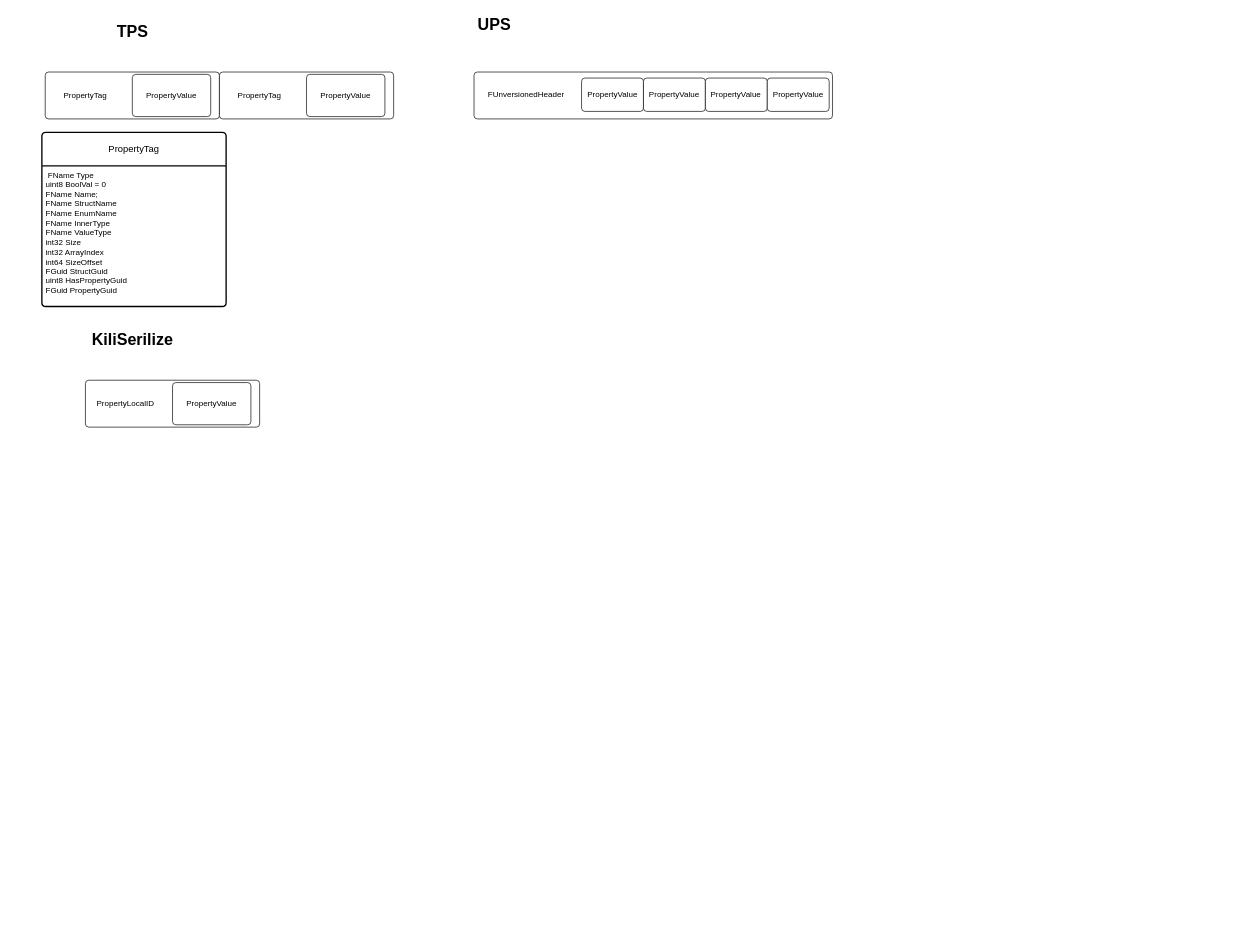
linking314/hello-world keeps this draw.io diagram as UGCSerialize.drawio. Above is the earlier version. Source tidied: cells renumbered, new cells numbered last; positions are measured from the earlier drawing's top-left corner, leaving out a move shared by most shapes. Both pictures are drawn from the tidied source at 67%, with x=0, y=0 at pixel (42, 11).
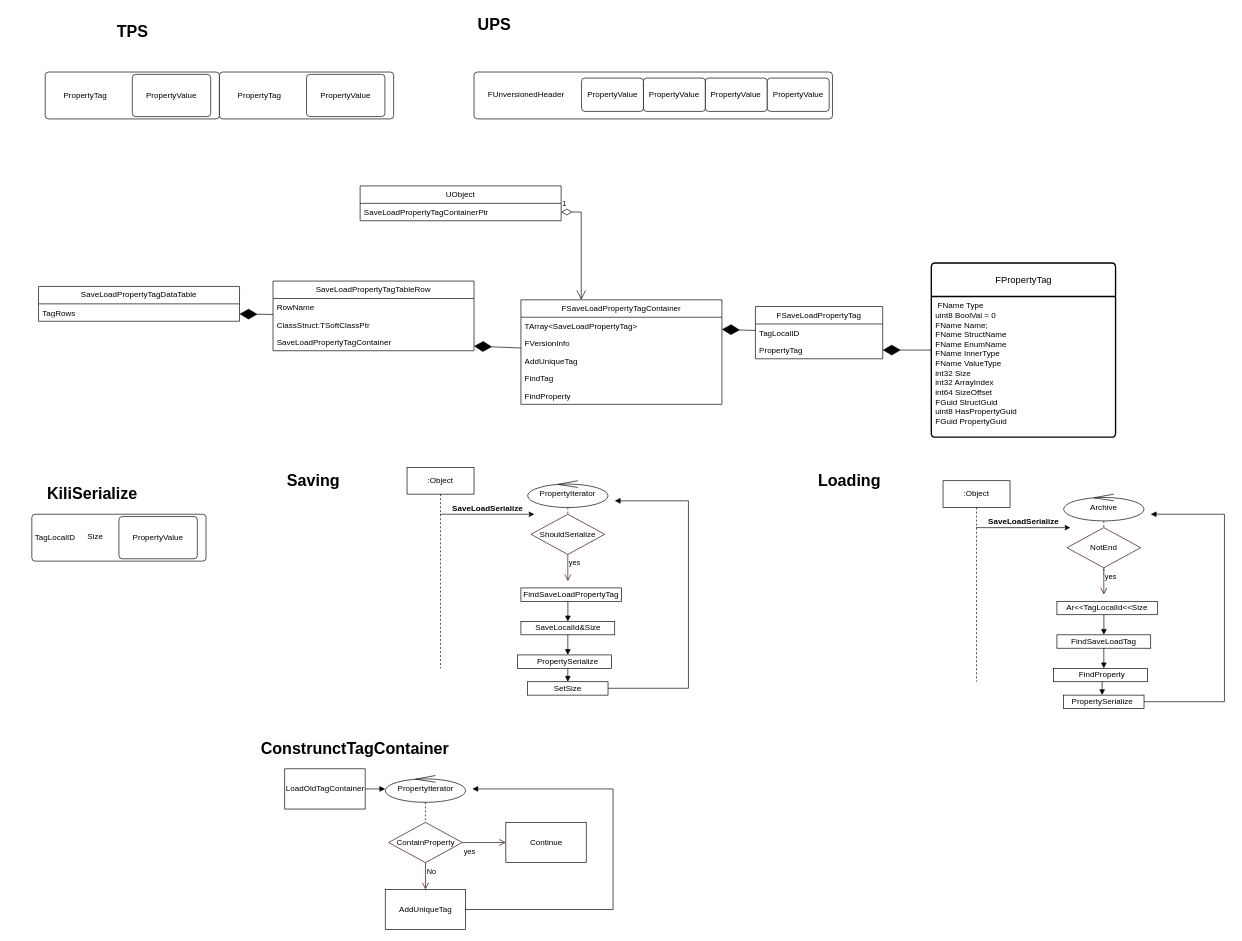
The same diagram, later.

Change to the diagram source:
```diff
@@
+    <mxCell id="22" style="rounded=0;whiteSpace=wrap;html=1;" parent="1" vertex="1">
+      <mxGeometry x="710" y="960" width="140" height="20" as="geometry" />
+    </mxCell>
+    <mxCell id="23" style="rounded=0;whiteSpace=wrap;html=1;" parent="1" vertex="1">
+      <mxGeometry x="715" y="910" width="140" height="20" as="geometry" />
+    </mxCell>
@@
-    <mxCell id="16" value="KiliSerilize" style="text;strokeColor=none;fillColor=none;html=1;fontSize=24;fontStyle=1;verticalAlign=middle;align=center;" parent="1" vertex="1">
-      <mxGeometry x="15" y="470" width="240" height="40" as="geometry" />
+    <mxCell id="16" value="KiliSerialize" style="text;strokeColor=none;fillColor=none;html=1;fontSize=24;fontStyle=1;verticalAlign=middle;align=center;" parent="1" vertex="1">
+      <mxGeometry x="-45" y="700" width="240" height="40" as="geometry" />
     </mxCell>
     <mxCell id="17" style="rounded=1;absoluteArcSize=1;html=1;arcSize=10;" parent="1" vertex="1">
-      <mxGeometry x="65" y="550" width="260" height="70" as="geometry" />
+      <mxGeometry x="-15" y="750" width="260" height="70" as="geometry" />
     </mxCell>
-    <mxCell id="18" value="PropertyLocalID" style="html=1;shape=mxgraph.er.anchor;whiteSpace=wrap;" parent="17" vertex="1">
-      <mxGeometry width="120" height="70" as="geometry" />
+    <mxCell id="18" value="TagLocalID" style="html=1;shape=mxgraph.er.anchor;whiteSpace=wrap;" parent="17" vertex="1">
+      <mxGeometry width="70" height="70" as="geometry" />
     </mxCell>
@@
+    <mxCell id="24" value="Size" style="html=1;shape=mxgraph.er.anchor;whiteSpace=wrap;" parent="17" vertex="1">
+      <mxGeometry x="60" width="70" height="66.5" as="geometry" />
+    </mxCell>
-    <mxCell id="20" value="PropertyTag" style="swimlane;horizontal=1;startSize=50;rounded=1;fontSize=14;fontStyle=0;strokeWidth=2;shadow=0;dashed=0;align=center;arcSize=4;whiteSpace=wrap;html=1;" parent="1" vertex="1">
-      <mxGeometry y="180" width="275" height="260" as="geometry" />
+    <mxCell id="20" value="FPropertyTag" style="swimlane;horizontal=1;startSize=50;rounded=1;fontSize=14;fontStyle=0;strokeWidth=2;shadow=0;dashed=0;align=center;arcSize=4;whiteSpace=wrap;html=1;" parent="1" vertex="1">
+      <mxGeometry x="1327.5" y="375" width="275" height="260" as="geometry" />
     </mxCell>
@@
+    <mxCell id="25" value="FSaveLoadPropertyTagContainer" style="swimlane;fontStyle=0;horizontal=1;startSize=26;fillColor=none;whiteSpace=wrap;html=1;" parent="1" vertex="1">
+      <mxGeometry x="715" y="430" width="300" height="156" as="geometry" />
+    </mxCell>
+    <mxCell id="26" value="TArray&amp;lt;SaveLoadPropertyTag&amp;gt;" style="text;strokeColor=none;fillColor=none;align=left;verticalAlign=top;spacingLeft=4;spacingRight=4;overflow=hidden;points=[[0,0.5],[1,0.5]];portConstraint=eastwest;whiteSpace=wrap;html=1;" parent="25" vertex="1">
+      <mxGeometry y="26" width="300" height="26" as="geometry" />
+    </mxCell>
+    <mxCell id="27" value="FVersionInfo" style="text;strokeColor=none;fillColor=none;align=left;verticalAlign=top;spacingLeft=4;spacingRight=4;overflow=hidden;whiteSpace=wrap;html=1;" parent="25" vertex="1">
+      <mxGeometry y="52" width="300" height="26" as="geometry" />
+    </mxCell>
+    <mxCell id="28" value="AddUniqueTag" style="text;strokeColor=none;fillColor=none;align=left;verticalAlign=top;spacingLeft=4;spacingRight=4;overflow=hidden;whiteSpace=wrap;html=1;" parent="25" vertex="1">
+      <mxGeometry y="78" width="300" height="26" as="geometry" />
+    </mxCell>
+    <mxCell id="29" value="FindTag" style="text;strokeColor=none;fillColor=none;align=left;verticalAlign=top;spacingLeft=4;spacingRight=4;overflow=hidden;whiteSpace=wrap;html=1;" parent="25" vertex="1">
+      <mxGeometry y="104" width="300" height="26" as="geometry" />
+    </mxCell>
+    <mxCell id="30" value="FindProperty" style="text;strokeColor=none;fillColor=none;align=left;verticalAlign=top;spacingLeft=4;spacingRight=4;overflow=hidden;whiteSpace=wrap;html=1;" parent="25" vertex="1">
+      <mxGeometry y="130" width="300" height="26" as="geometry" />
+    </mxCell>
+    <mxCell id="31" value="FSaveLoadPropertyTag" style="swimlane;fontStyle=0;horizontal=1;startSize=26;fillColor=none;whiteSpace=wrap;html=1;" parent="1" vertex="1">
+      <mxGeometry x="1065" y="440" width="190" height="78" as="geometry" />
+    </mxCell>
+    <mxCell id="32" value="TagLocalID" style="text;strokeColor=none;fillColor=none;align=left;verticalAlign=top;spacingLeft=4;spacingRight=4;overflow=hidden;whiteSpace=wrap;html=1;" parent="31" vertex="1">
+      <mxGeometry y="26" width="190" height="26" as="geometry" />
+    </mxCell>
+    <mxCell id="33" value="PropertyTag" style="text;strokeColor=none;fillColor=none;align=left;verticalAlign=top;spacingLeft=4;spacingRight=4;overflow=hidden;points=[[0,0.5],[1,0.5]];portConstraint=eastwest;whiteSpace=wrap;html=1;" parent="31" vertex="1">
+      <mxGeometry y="52" width="190" height="26" as="geometry" />
+    </mxCell>
+    <mxCell id="34" style="endArrow=diamondThin;endFill=1;endSize=24;html=1;rounded=0;entryX=1;entryY=0.5;entryDx=0;entryDy=0;" parent="1" edge="1" source="20" target="33">
+      <mxGeometry relative="1" as="geometry" />
+    </mxCell>
+    <mxCell id="35" style="endArrow=diamondThin;endFill=1;endSize=24;html=1;rounded=0;" parent="1" edge="1" source="31" target="26">
+      <mxGeometry relative="1" as="geometry" />
+    </mxCell>
+    <mxCell id="36" value="Saving" style="text;strokeColor=none;fillColor=none;html=1;fontSize=24;fontStyle=1;verticalAlign=middle;align=center;" parent="1" vertex="1">
+      <mxGeometry x="285" y="680" width="240" height="40" as="geometry" />
+    </mxCell>
+    <mxCell id="37" value="Loading" style="text;strokeColor=none;fillColor=none;html=1;fontSize=24;fontStyle=1;verticalAlign=middle;align=center;" parent="1" vertex="1">
+      <mxGeometry x="1085" y="680" width="240" height="40" as="geometry" />
+    </mxCell>
+    <mxCell id="38" style="edgeStyle=elbowEdgeStyle;rounded=0;jettySize=auto;html=1;elbow=vertical;curved=0;" parent="1" edge="1" source="39">
+      <mxGeometry relative="1" as="geometry">
+        <mxPoint x="735" y="750" as="targetPoint" />
+      </mxGeometry>
+    </mxCell>
+    <mxCell id="39" value=":Object" style="shape=umlLifeline;perimeter=lifelinePerimeter;whiteSpace=wrap;html=1;outlineConnect=0;portConstraint=eastwest;newEdgeStyle={&quot;edgeStyle&quot;:&quot;elbowEdgeStyle&quot;,&quot;elbow&quot;:&quot;vertical&quot;,&quot;curved&quot;:0,&quot;rounded&quot;:0};" parent="1" vertex="1">
+      <mxGeometry x="545" y="680" width="100" height="300" as="geometry" />
+    </mxCell>
+    <mxCell id="40" value="SaveLoadSerialize" style="text;align=center;fontStyle=1;verticalAlign=middle;spacingLeft=3;spacingRight=3;strokeColor=none;html=1;" parent="1" vertex="1">
+      <mxGeometry x="625" y="728" width="80" height="26" as="geometry" />
+    </mxCell>
+    <mxCell id="41" value="PropertyIterator" style="shape=umlLifeline;perimeter=lifelinePerimeter;whiteSpace=wrap;html=1;newEdgeStyle={&quot;edgeStyle&quot;:&quot;elbowEdgeStyle&quot;,&quot;elbow&quot;:&quot;vertical&quot;,&quot;curved&quot;:0,&quot;rounded&quot;:0};participant=umlControl;" parent="1" vertex="1">
+      <mxGeometry x="725" y="700" width="120" height="110" as="geometry" />
+    </mxCell>
+    <mxCell id="42" value="ShouldSerialize" style="rhombus;whiteSpace=wrap;html=1;fontColor=#000000;fillColor=#FFFFFF;strokeColor=#33001A;" parent="1" vertex="1">
+      <mxGeometry x="730" y="750" width="110" height="60" as="geometry" />
+    </mxCell>
+    <mxCell id="43" value="yes" style="edgeStyle=orthogonalEdgeStyle;html=1;align=left;verticalAlign=top;endArrow=open;endSize=8;strokeColor=#33001A;rounded=0;exitX=0.5;exitY=1;exitDx=0;exitDy=0;" parent="1" edge="1" source="42">
+      <mxGeometry x="-1" relative="1" as="geometry">
+        <mxPoint x="785" y="850" as="targetPoint" />
+      </mxGeometry>
+    </mxCell>
+    <mxCell id="44" value="SaveLocalId&amp;amp;Size" style="text;html=1;strokeColor=none;fillColor=none;align=center;verticalAlign=middle;whiteSpace=wrap;rounded=0;" parent="1" vertex="1">
+      <mxGeometry x="717.5" y="910" width="135" height="20" as="geometry" />
+    </mxCell>
+    <mxCell id="45" value="PropertySerialize" style="text;html=1;strokeColor=none;fillColor=none;align=center;verticalAlign=middle;whiteSpace=wrap;rounded=0;" parent="1" vertex="1">
+      <mxGeometry x="715" y="960" width="140" height="20" as="geometry" />
+    </mxCell>
+    <mxCell id="46" style="endArrow=block;endFill=1;html=1;edgeStyle=orthogonalEdgeStyle;align=left;verticalAlign=top;rounded=0;exitX=0.462;exitY=0.25;exitDx=0;exitDy=0;exitPerimeter=0;" parent="1" edge="1" source="50" target="44">
+      <mxGeometry x="-1" relative="1" as="geometry" />
+    </mxCell>
+    <mxCell id="47" style="endArrow=block;endFill=1;html=1;edgeStyle=orthogonalEdgeStyle;align=left;verticalAlign=top;rounded=0;" parent="1" edge="1">
+      <mxGeometry x="-1" relative="1" as="geometry">
+        <mxPoint x="845" y="1009.8" as="sourcePoint" />
+        <mxPoint x="855" y="730" as="targetPoint" />
+        <Array as="points">
+          <mxPoint x="965" y="1010" />
+        </Array>
+      </mxGeometry>
+    </mxCell>
+    <mxCell id="48" style="endArrow=block;endFill=1;html=1;edgeStyle=orthogonalEdgeStyle;align=left;verticalAlign=top;rounded=0;" parent="1" edge="1" target="22">
+      <mxGeometry x="-1" relative="1" as="geometry">
+        <mxPoint x="785" y="930" as="sourcePoint" />
+        <Array as="points">
+          <mxPoint x="785" y="950" />
+          <mxPoint x="785" y="950" />
+        </Array>
+      </mxGeometry>
+    </mxCell>
+    <mxCell id="49" style="rounded=0;whiteSpace=wrap;html=1;" parent="1" vertex="1">
+      <mxGeometry x="715" y="860" width="150" height="20" as="geometry" />
+    </mxCell>
+    <mxCell id="50" value="FindSaveLoadPropertyTag" style="text;html=1;strokeColor=none;fillColor=none;align=center;verticalAlign=middle;whiteSpace=wrap;rounded=0;" parent="1" vertex="1">
+      <mxGeometry x="725" y="850" width="130" height="40" as="geometry" />
+    </mxCell>
+    <mxCell id="51" style="rounded=0;whiteSpace=wrap;html=1;" parent="1" vertex="1">
+      <mxGeometry x="725" y="1000" width="120" height="20" as="geometry" />
+    </mxCell>
+    <mxCell id="52" value="SetSize" style="text;html=1;strokeColor=none;fillColor=none;align=center;verticalAlign=middle;whiteSpace=wrap;rounded=0;" parent="1" vertex="1">
+      <mxGeometry x="755" y="1000" width="60" height="20" as="geometry" />
+    </mxCell>
+    <mxCell id="53" style="rounded=0;whiteSpace=wrap;html=1;" parent="1" vertex="1">
+      <mxGeometry x="1510" y="980" width="140" height="20" as="geometry" />
+    </mxCell>
+    <mxCell id="54" style="rounded=0;whiteSpace=wrap;html=1;" parent="1" vertex="1">
+      <mxGeometry x="1515" y="930" width="140" height="20" as="geometry" />
+    </mxCell>
+    <mxCell id="55" style="edgeStyle=elbowEdgeStyle;rounded=0;jettySize=auto;html=1;elbow=vertical;curved=0;" parent="1" edge="1" source="56">
+      <mxGeometry relative="1" as="geometry">
+        <mxPoint x="1535" y="770" as="targetPoint" />
+      </mxGeometry>
+    </mxCell>
+    <mxCell id="56" value=":Object" style="shape=umlLifeline;perimeter=lifelinePerimeter;whiteSpace=wrap;html=1;outlineConnect=0;portConstraint=eastwest;newEdgeStyle={&quot;edgeStyle&quot;:&quot;elbowEdgeStyle&quot;,&quot;elbow&quot;:&quot;vertical&quot;,&quot;curved&quot;:0,&quot;rounded&quot;:0};" parent="1" vertex="1">
+      <mxGeometry x="1345" y="700" width="100" height="300" as="geometry" />
+    </mxCell>
+    <mxCell id="57" value="SaveLoadSerialize" style="text;align=center;fontStyle=1;verticalAlign=middle;spacingLeft=3;spacingRight=3;strokeColor=none;html=1;" parent="1" vertex="1">
+      <mxGeometry x="1425" y="748" width="80" height="26" as="geometry" />
+    </mxCell>
+    <mxCell id="58" value="Archive" style="shape=umlLifeline;perimeter=lifelinePerimeter;whiteSpace=wrap;html=1;newEdgeStyle={&quot;edgeStyle&quot;:&quot;elbowEdgeStyle&quot;,&quot;elbow&quot;:&quot;vertical&quot;,&quot;curved&quot;:0,&quot;rounded&quot;:0};participant=umlControl;" parent="1" vertex="1">
+      <mxGeometry x="1525" y="720" width="120" height="120" as="geometry" />
+    </mxCell>
+    <mxCell id="59" value="NotEnd" style="rhombus;whiteSpace=wrap;html=1;fontColor=#000000;fillColor=#FFFFFF;strokeColor=#33001A;" parent="1" vertex="1">
+      <mxGeometry x="1530" y="770" width="110" height="60" as="geometry" />
+    </mxCell>
+    <mxCell id="60" value="yes" style="edgeStyle=orthogonalEdgeStyle;html=1;align=left;verticalAlign=top;endArrow=open;endSize=8;strokeColor=#33001A;rounded=0;exitX=0.5;exitY=1;exitDx=0;exitDy=0;" parent="1" edge="1" source="59">
+      <mxGeometry x="-1" relative="1" as="geometry">
+        <mxPoint x="1585" y="870" as="targetPoint" />
+      </mxGeometry>
+    </mxCell>
+    <mxCell id="61" value="FindSaveLoadTag" style="text;html=1;strokeColor=none;fillColor=none;align=center;verticalAlign=middle;whiteSpace=wrap;rounded=0;" parent="1" vertex="1">
+      <mxGeometry x="1515" y="930" width="140" height="20" as="geometry" />
+    </mxCell>
+    <mxCell id="62" value="FindProperty" style="text;html=1;strokeColor=none;fillColor=none;align=center;verticalAlign=middle;whiteSpace=wrap;rounded=0;" parent="1" vertex="1">
+      <mxGeometry x="1510" y="980" width="145" height="20" as="geometry" />
+    </mxCell>
+    <mxCell id="63" style="endArrow=block;endFill=1;html=1;edgeStyle=orthogonalEdgeStyle;align=left;verticalAlign=top;rounded=0;exitX=0.462;exitY=0.25;exitDx=0;exitDy=0;exitPerimeter=0;" parent="1" edge="1" source="67" target="61">
+      <mxGeometry x="-1" relative="1" as="geometry" />
+    </mxCell>
+    <mxCell id="64" style="endArrow=block;endFill=1;html=1;edgeStyle=orthogonalEdgeStyle;align=left;verticalAlign=top;rounded=0;" parent="1" edge="1">
+      <mxGeometry x="-1" relative="1" as="geometry">
+        <mxPoint x="1645" y="1029.8" as="sourcePoint" />
+        <mxPoint x="1655" y="750" as="targetPoint" />
+        <Array as="points">
+          <mxPoint x="1765" y="1030" />
+        </Array>
+      </mxGeometry>
+    </mxCell>
+    <mxCell id="65" style="endArrow=block;endFill=1;html=1;edgeStyle=orthogonalEdgeStyle;align=left;verticalAlign=top;rounded=0;" parent="1" edge="1" source="61" target="62">
+      <mxGeometry x="-1" relative="1" as="geometry">
+        <Array as="points">
+          <mxPoint x="1585" y="980" />
+          <mxPoint x="1585" y="980" />
+        </Array>
+      </mxGeometry>
+    </mxCell>
+    <mxCell id="66" style="rounded=0;whiteSpace=wrap;html=1;" parent="1" vertex="1">
+      <mxGeometry x="1515" y="880" width="150" height="20" as="geometry" />
+    </mxCell>
+    <mxCell id="67" value="Ar&amp;lt;&amp;lt;TagLocalId&amp;lt;&amp;lt;Size" style="text;html=1;strokeColor=none;fillColor=none;align=center;verticalAlign=middle;whiteSpace=wrap;rounded=0;" parent="1" vertex="1">
+      <mxGeometry x="1525" y="870" width="130" height="40" as="geometry" />
+    </mxCell>
+    <mxCell id="68" style="rounded=0;whiteSpace=wrap;html=1;" parent="1" vertex="1">
+      <mxGeometry x="1525" y="1020" width="120" height="20" as="geometry" />
+    </mxCell>
+    <mxCell id="69" value="PropertySerialize" style="text;html=1;strokeColor=none;fillColor=none;align=center;verticalAlign=middle;whiteSpace=wrap;rounded=0;" parent="1" vertex="1">
+      <mxGeometry x="1522.5" y="1020" width="120" height="20" as="geometry" />
+    </mxCell>
+    <mxCell id="70" style="endArrow=block;endFill=1;html=1;edgeStyle=orthogonalEdgeStyle;align=left;verticalAlign=top;rounded=0;" parent="1" edge="1" source="45" target="52">
+      <mxGeometry x="-1" relative="1" as="geometry" />
+    </mxCell>
+    <mxCell id="71" style="endArrow=block;endFill=1;html=1;edgeStyle=orthogonalEdgeStyle;align=left;verticalAlign=top;rounded=0;" parent="1" edge="1" source="62" target="69">
+      <mxGeometry x="-1" relative="1" as="geometry" />
+    </mxCell>
+    <mxCell id="72" value="&lt;span style=&quot;color: rgb(0, 0, 0); font-family: Helvetica; font-size: 24px; font-style: normal; font-variant-ligatures: normal; font-variant-caps: normal; font-weight: 700; letter-spacing: normal; orphans: 2; text-align: center; text-indent: 0px; text-transform: none; widows: 2; word-spacing: 0px; -webkit-text-stroke-width: 0px; background-color: rgb(251, 251, 251); text-decoration-thickness: initial; text-decoration-style: initial; text-decoration-color: initial; float: none; display: inline !important;&quot;&gt;ConstrunctTagContainer&lt;/span&gt;" style="text;whiteSpace=wrap;html=1;" parent="1" vertex="1">
+      <mxGeometry x="325" y="1080" width="310" height="50" as="geometry" />
+    </mxCell>
+    <mxCell id="73" value="LoadOldTagContainer" style="whiteSpace=wrap;html=1;align=center;newEdgeStyle={&quot;edgeStyle&quot;:&quot;elbowEdgeStyle&quot;,&quot;startArrow&quot;:&quot;none&quot;,&quot;endArrow&quot;:&quot;none&quot;};" parent="1" vertex="1">
+      <mxGeometry x="362.5" y="1130" width="120" height="60" as="geometry" />
+    </mxCell>
+    <mxCell id="74" value="PropertyIterator" style="shape=umlLifeline;perimeter=lifelinePerimeter;whiteSpace=wrap;html=1;newEdgeStyle={&quot;edgeStyle&quot;:&quot;elbowEdgeStyle&quot;,&quot;elbow&quot;:&quot;vertical&quot;,&quot;curved&quot;:0,&quot;rounded&quot;:0};participant=umlControl;" parent="1" vertex="1">
+      <mxGeometry x="512.5" y="1140" width="120" height="110" as="geometry" />
+    </mxCell>
+    <mxCell id="75" value="ContainProperty" style="rhombus;whiteSpace=wrap;html=1;fontColor=#000000;fillColor=#FFFFFF;strokeColor=#33001A;" parent="1" vertex="1">
+      <mxGeometry x="517.5" y="1210" width="110" height="60" as="geometry" />
+    </mxCell>
+    <mxCell id="76" value="No" style="edgeStyle=orthogonalEdgeStyle;html=1;align=left;verticalAlign=top;endArrow=open;endSize=8;strokeColor=#33001A;rounded=0;" parent="1" edge="1" source="75">
+      <mxGeometry x="-1" relative="1" as="geometry">
+        <mxPoint x="572.5" y="1310" as="targetPoint" />
+      </mxGeometry>
+    </mxCell>
+    <mxCell id="77" value="AddUniqueTag" style="whiteSpace=wrap;html=1;align=center;newEdgeStyle={&quot;edgeStyle&quot;:&quot;elbowEdgeStyle&quot;,&quot;startArrow&quot;:&quot;none&quot;,&quot;endArrow&quot;:&quot;none&quot;};" parent="1" vertex="1">
+      <mxGeometry x="512.5" y="1310" width="120" height="60" as="geometry" />
+    </mxCell>
+    <mxCell id="78" value="yes" style="edgeStyle=orthogonalEdgeStyle;html=1;align=left;verticalAlign=top;endArrow=open;endSize=8;strokeColor=#33001A;rounded=0;" parent="1" edge="1" source="75">
+      <mxGeometry x="-1" relative="1" as="geometry">
+        <mxPoint x="692.5" y="1240" as="targetPoint" />
+      </mxGeometry>
+    </mxCell>
+    <mxCell id="79" style="endArrow=block;endFill=1;html=1;edgeStyle=orthogonalEdgeStyle;align=left;verticalAlign=top;rounded=0;exitX=1;exitY=0.5;exitDx=0;exitDy=0;" parent="1" edge="1" source="73">
+      <mxGeometry x="-1" relative="1" as="geometry">
+        <mxPoint x="512.5" y="1160" as="targetPoint" />
+      </mxGeometry>
+    </mxCell>
+    <mxCell id="80" value="Continue" style="whiteSpace=wrap;html=1;align=center;newEdgeStyle={&quot;edgeStyle&quot;:&quot;elbowEdgeStyle&quot;,&quot;startArrow&quot;:&quot;none&quot;,&quot;endArrow&quot;:&quot;none&quot;};" parent="1" vertex="1">
+      <mxGeometry x="692.5" y="1210" width="120" height="60" as="geometry" />
+    </mxCell>
+    <mxCell id="81" style="endArrow=block;endFill=1;html=1;edgeStyle=orthogonalEdgeStyle;align=left;verticalAlign=top;rounded=0;" parent="1" edge="1">
+      <mxGeometry x="-1" relative="1" as="geometry">
+        <mxPoint x="632.5" y="1340" as="sourcePoint" />
+        <mxPoint x="642.5" y="1160" as="targetPoint" />
+        <Array as="points">
+          <mxPoint x="852.5" y="1340" />
+        </Array>
+      </mxGeometry>
+    </mxCell>
+    <mxCell id="82" value="SaveLoadPropertyTagTableRow" style="swimlane;fontStyle=0;horizontal=1;startSize=26;fillColor=none;whiteSpace=wrap;html=1;" parent="1" vertex="1">
+      <mxGeometry x="345" y="402" width="300" height="104" as="geometry" />
+    </mxCell>
+    <mxCell id="83" value="RowName" style="text;strokeColor=none;fillColor=none;align=left;verticalAlign=top;spacingLeft=4;spacingRight=4;overflow=hidden;whiteSpace=wrap;html=1;" parent="82" vertex="1">
+      <mxGeometry y="26" width="300" height="26" as="geometry" />
+    </mxCell>
+    <mxCell id="84" value="ClassStruct:TSoftClassPtr" style="text;strokeColor=none;fillColor=none;align=left;verticalAlign=top;spacingLeft=4;spacingRight=4;overflow=hidden;whiteSpace=wrap;html=1;" parent="82" vertex="1">
+      <mxGeometry y="52" width="300" height="26" as="geometry" />
+    </mxCell>
+    <mxCell id="85" value="SaveLoadPropertyTagContainer" style="text;strokeColor=none;fillColor=none;align=left;verticalAlign=top;spacingLeft=4;spacingRight=4;overflow=hidden;points=[[0,0.5],[1,0.5]];portConstraint=eastwest;whiteSpace=wrap;html=1;" parent="82" vertex="1">
+      <mxGeometry y="78" width="300" height="26" as="geometry" />
+    </mxCell>
+    <mxCell id="86" value="SaveLoadPropertyTagDataTable" style="swimlane;fontStyle=0;horizontal=1;startSize=26;fillColor=none;whiteSpace=wrap;html=1;" parent="1" vertex="1">
+      <mxGeometry x="-5" y="410" width="300" height="52" as="geometry" />
+    </mxCell>
+    <mxCell id="87" value="TagRows" style="text;strokeColor=none;fillColor=none;align=left;verticalAlign=top;spacingLeft=4;spacingRight=4;overflow=hidden;points=[[0,0.5],[1,0.5]];portConstraint=eastwest;whiteSpace=wrap;html=1;" parent="86" vertex="1">
+      <mxGeometry y="26" width="300" height="26" as="geometry" />
+    </mxCell>
+    <mxCell id="88" style="endArrow=diamondThin;endFill=1;endSize=24;html=1;rounded=0;" parent="1" edge="1" source="25" target="85">
+      <mxGeometry relative="1" as="geometry" />
+    </mxCell>
+    <mxCell id="89" style="endArrow=diamondThin;endFill=1;endSize=24;html=1;rounded=0;" parent="1" edge="1" source="82" target="87">
+      <mxGeometry relative="1" as="geometry" />
+    </mxCell>
+    <mxCell id="90" value="1" style="endArrow=open;html=1;endSize=12;startArrow=diamondThin;startSize=14;startFill=0;edgeStyle=orthogonalEdgeStyle;align=left;verticalAlign=bottom;rounded=0;" parent="1" edge="1" source="92" target="25">
+      <mxGeometry x="-1" y="3" relative="1" as="geometry">
+        <Array as="points">
+          <mxPoint x="805" y="299" />
+        </Array>
+      </mxGeometry>
+    </mxCell>
+    <mxCell id="91" value="UObject" style="swimlane;fontStyle=0;horizontal=1;startSize=26;fillColor=none;whiteSpace=wrap;html=1;" parent="1" vertex="1">
+      <mxGeometry x="475" y="260" width="300" height="52" as="geometry" />
+    </mxCell>
+    <mxCell id="92" value="SaveLoadPropertyTagContainerPtr" style="text;strokeColor=none;fillColor=none;align=left;verticalAlign=top;spacingLeft=4;spacingRight=4;overflow=hidden;points=[[0,0.5],[1,0.5]];portConstraint=eastwest;whiteSpace=wrap;html=1;" parent="91" vertex="1">
+      <mxGeometry y="26" width="300" height="26" as="geometry" />
+    </mxCell>
```
